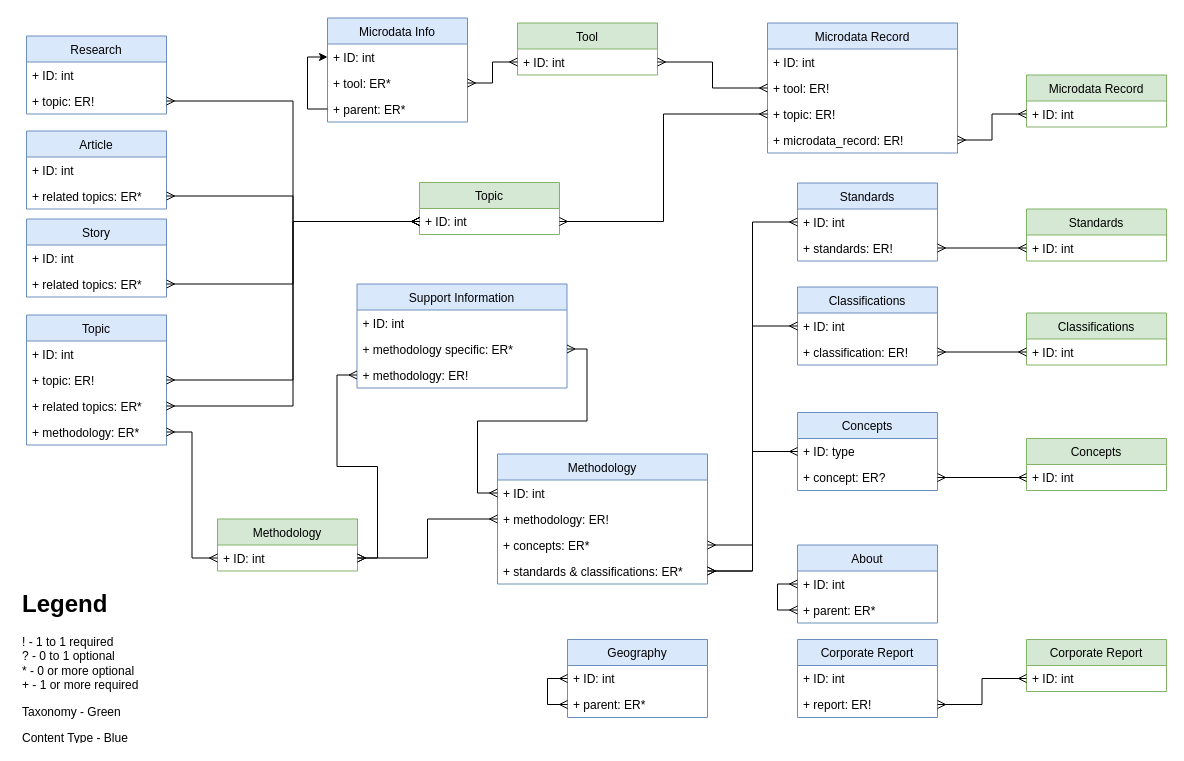
rhys-mcguckin/d8-features keeps this draw.io diagram as Untitled Diagram.drawio. Above is the earlier version. Source tidied: cells renumbered, new cells numbered last; positions are measured from the earlier drawing's top-left corner, leaving out a move shared by most shapes. Both pictures are drawn from the tidied source at 100%, with x=0, y=0 at pixel (17, 18).
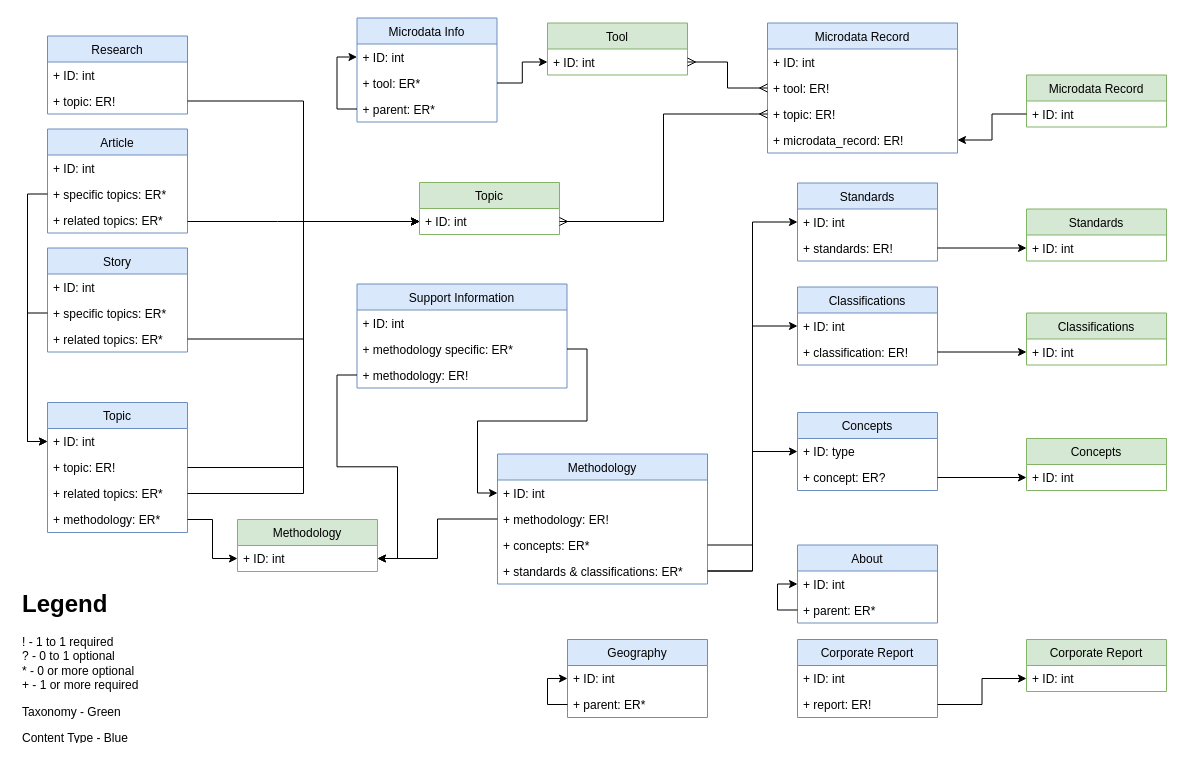
The same diagram, later.

Commit message:
Update the arrow directions

The change refers to these unchanged cells:
```xml
<mxCell id="3" value="+ ID: int" style="text;strokeColor=none;fillColor=none;align=left;verticalAlign=top;spacingLeft=4;spacingRight=4;overflow=hidden;points=[[0,0.5],[1,0.5]];portConstraint=eastwest;" parent="2" vertex="1">
<mxCell id="5" value="+ ID: int" style="text;strokeColor=none;fillColor=none;align=left;verticalAlign=top;spacingLeft=4;spacingRight=4;overflow=hidden;points=[[0,0.5],[1,0.5]];portConstraint=eastwest;" parent="4" vertex="1">
<mxCell id="7" value="+ ID: int" style="text;strokeColor=none;fillColor=none;align=left;verticalAlign=top;spacingLeft=4;spacingRight=4;overflow=hidden;points=[[0,0.5],[1,0.5]];portConstraint=eastwest;" parent="6" vertex="1">
<mxCell id="9" value="+ ID: int" style="text;strokeColor=none;fillColor=none;align=left;verticalAlign=top;spacingLeft=4;spacingRight=4;overflow=hidden;points=[[0,0.5],[1,0.5]];portConstraint=eastwest;" parent="8" vertex="1">
<mxCell id="11" value="+ ID: int" style="text;strokeColor=none;fillColor=none;align=left;verticalAlign=top;spacingLeft=4;spacingRight=4;overflow=hidden;points=[[0,0.5],[1,0.5]];portConstraint=eastwest;" parent="10" vertex="1">
<mxCell id="13" value="+ ID: int" style="text;strokeColor=none;fillColor=none;align=left;verticalAlign=top;spacingLeft=4;spacingRight=4;overflow=hidden;points=[[0,0.5],[1,0.5]];portConstraint=eastwest;" parent="12" vertex="1">
<mxCell id="14" value="+ topic: ER!" style="text;strokeColor=none;fillColor=none;align=left;verticalAlign=top;spacingLeft=4;spacingRight=4;overflow=hidden;points=[[0,0.5],[1,0.5]];portConstraint=eastwest;" parent="12" vertex="1">
<mxCell id="15" value="+ related topics: ER*" style="text;strokeColor=none;fillColor=none;align=left;verticalAlign=top;spacingLeft=4;spacingRight=4;overflow=hidden;points=[[0,0.5],[1,0.5]];portConstraint=eastwest;" parent="12" vertex="1">
<mxCell id="16" value="+ methodology: ER*" style="text;strokeColor=none;fillColor=none;align=left;verticalAlign=top;spacingLeft=4;spacingRight=4;overflow=hidden;points=[[0,0.5],[1,0.5]];portConstraint=eastwest;" parent="12" vertex="1">
<mxCell id="18" value="+ ID: int" style="text;strokeColor=none;fillColor=none;align=left;verticalAlign=top;spacingLeft=4;spacingRight=4;overflow=hidden;points=[[0,0.5],[1,0.5]];portConstraint=eastwest;" parent="17" vertex="1">
<mxCell id="19" value="+ methodology: ER!" style="text;strokeColor=none;fillColor=none;align=left;verticalAlign=top;spacingLeft=4;spacingRight=4;overflow=hidden;points=[[0,0.5],[1,0.5]];portConstraint=eastwest;" parent="17" vertex="1">
<mxCell id="20" value="+ concepts: ER*&#10;" style="text;strokeColor=none;fillColor=none;align=left;verticalAlign=top;spacingLeft=4;spacingRight=4;overflow=hidden;points=[[0,0.5],[1,0.5]];portConstraint=eastwest;" parent="17" vertex="1">
<mxCell id="21" value="+ standards &amp; classifications: ER*&#10;" style="text;strokeColor=none;fillColor=none;align=left;verticalAlign=top;spacingLeft=4;spacingRight=4;overflow=hidden;points=[[0,0.5],[1,0.5]];portConstraint=eastwest;" parent="17" vertex="1">
<mxCell id="23" value="+ ID: int" style="text;strokeColor=none;fillColor=none;align=left;verticalAlign=top;spacingLeft=4;spacingRight=4;overflow=hidden;points=[[0,0.5],[1,0.5]];portConstraint=eastwest;" parent="22" vertex="1">
<mxCell id="24" value="+ standards: ER!" style="text;strokeColor=none;fillColor=none;align=left;verticalAlign=top;spacingLeft=4;spacingRight=4;overflow=hidden;points=[[0,0.5],[1,0.5]];portConstraint=eastwest;" parent="22" vertex="1">
<mxCell id="26" value="+ ID: int" style="text;strokeColor=none;fillColor=none;align=left;verticalAlign=top;spacingLeft=4;spacingRight=4;overflow=hidden;points=[[0,0.5],[1,0.5]];portConstraint=eastwest;" parent="25" vertex="1">
<mxCell id="27" value="+ classification: ER!" style="text;strokeColor=none;fillColor=none;align=left;verticalAlign=top;spacingLeft=4;spacingRight=4;overflow=hidden;points=[[0,0.5],[1,0.5]];portConstraint=eastwest;" parent="25" vertex="1">
<mxCell id="29" value="+ ID: type" style="text;strokeColor=none;fillColor=none;align=left;verticalAlign=top;spacingLeft=4;spacingRight=4;overflow=hidden;points=[[0,0.5],[1,0.5]];portConstraint=eastwest;" parent="28" vertex="1">
<mxCell id="30" value="+ concept: ER?" style="text;strokeColor=none;fillColor=none;align=left;verticalAlign=top;spacingLeft=4;spacingRight=4;overflow=hidden;points=[[0,0.5],[1,0.5]];portConstraint=eastwest;" parent="28" vertex="1">
<mxCell id="45" value="+ methodology specific: ER*" style="text;strokeColor=none;fillColor=none;align=left;verticalAlign=top;spacingLeft=4;spacingRight=4;overflow=hidden;points=[[0,0.5],[1,0.5]];portConstraint=eastwest;" parent="43" vertex="1">
<mxCell id="46" value="+ methodology: ER!" style="text;strokeColor=none;fillColor=none;align=left;verticalAlign=top;spacingLeft=4;spacingRight=4;overflow=hidden;points=[[0,0.5],[1,0.5]];portConstraint=eastwest;" parent="43" vertex="1">
<mxCell id="51" value="+ topic: ER!" style="text;strokeColor=none;fillColor=none;align=left;verticalAlign=top;spacingLeft=4;spacingRight=4;overflow=hidden;points=[[0,0.5],[1,0.5]];portConstraint=eastwest;" parent="49" vertex="1">
<mxCell id="56" value="About" style="swimlane;fontStyle=0;horizontal=1;startSize=26;fillColor=#dae8fc;strokeColor=#6c8ebf;" parent="1" vertex="1">
<mxCell id="57" value="+ ID: int" style="text;strokeColor=none;fillColor=none;align=left;verticalAlign=top;spacingLeft=4;spacingRight=4;overflow=hidden;points=[[0,0.5],[1,0.5]];portConstraint=eastwest;" parent="56" vertex="1">
<mxCell id="59" value="+ parent: ER*" style="text;strokeColor=none;fillColor=none;align=left;verticalAlign=top;spacingLeft=4;spacingRight=4;overflow=hidden;points=[[0,0.5],[1,0.5]];portConstraint=eastwest;" parent="56" vertex="1">
<mxCell id="64" value="+ microdata_record: ER!" style="text;strokeColor=none;fillColor=none;align=left;verticalAlign=top;spacingLeft=4;spacingRight=4;overflow=hidden;points=[[0,0.5],[1,0.5]];portConstraint=eastwest;" parent="60" vertex="1">
<mxCell id="66" value="+ ID: int" style="text;strokeColor=none;fillColor=none;align=left;verticalAlign=top;spacingLeft=4;spacingRight=4;overflow=hidden;points=[[0,0.5],[1,0.5]];portConstraint=eastwest;" parent="65" vertex="1">
<mxCell id="70" value="+ tool: ER*" style="text;strokeColor=none;fillColor=none;align=left;verticalAlign=top;spacingLeft=4;spacingRight=4;overflow=hidden;points=[[0,0.5],[1,0.5]];portConstraint=eastwest;" parent="68" vertex="1">
<mxCell id="75" value="+ ID: int" style="text;strokeColor=none;fillColor=none;align=left;verticalAlign=top;spacingLeft=4;spacingRight=4;overflow=hidden;points=[[0,0.5],[1,0.5]];portConstraint=eastwest;" parent="74" vertex="1">
<mxCell id="84" value="+ report: ER!" style="text;strokeColor=none;fillColor=none;align=left;verticalAlign=top;spacingLeft=4;spacingRight=4;overflow=hidden;points=[[0,0.5],[1,0.5]];portConstraint=eastwest;" parent="82" vertex="1">
<mxCell id="86" value="+ ID: int" style="text;strokeColor=none;fillColor=none;align=left;verticalAlign=top;spacingLeft=4;spacingRight=4;overflow=hidden;points=[[0,0.5],[1,0.5]];portConstraint=eastwest;" parent="85" vertex="1">
<mxCell id="88" value="Geography" style="swimlane;fontStyle=0;horizontal=1;startSize=26;fillColor=#dae8fc;strokeColor=#6c8ebf;" parent="1" vertex="1">
<mxCell id="89" value="+ ID: int" style="text;strokeColor=none;fillColor=none;align=left;verticalAlign=top;spacingLeft=4;spacingRight=4;overflow=hidden;points=[[0,0.5],[1,0.5]];portConstraint=eastwest;" parent="88" vertex="1">
<mxCell id="91" value="+ parent: ER*" style="text;strokeColor=none;fillColor=none;align=left;verticalAlign=top;spacingLeft=4;spacingRight=4;overflow=hidden;points=[[0,0.5],[1,0.5]];portConstraint=eastwest;" parent="88" vertex="1">
```

The edit, as a diff of the source:
```diff
@@
     <mxCell id="4" value="Methodology" style="swimlane;fontStyle=0;horizontal=1;startSize=26;fillColor=#d5e8d4;strokeColor=#82b366;" parent="1" vertex="1">
-      <mxGeometry x="200" y="500.5" width="140" height="52" as="geometry" />
+      <mxGeometry x="220" y="501" width="140" height="52" as="geometry" />
     </mxCell>
@@
     <mxCell id="12" value="Topic" style="swimlane;fontStyle=0;horizontal=1;startSize=26;fillColor=#dae8fc;strokeColor=#6c8ebf;" parent="1" vertex="1">
-      <mxGeometry x="9" y="296.5" width="140" height="130" as="geometry" />
+      <mxGeometry x="30" y="384" width="140" height="130" as="geometry" />
     </mxCell>
@@
-    <mxCell id="31" style="edgeStyle=orthogonalEdgeStyle;rounded=0;jettySize=auto;html=1;entryX=1;entryY=0.5;entryDx=0;entryDy=0;startArrow=ERmany;startFill=0;endArrow=ERmany;endFill=0;" parent="1" edge="1" source="19" target="5">
+    <mxCell id="31" style="edgeStyle=orthogonalEdgeStyle;rounded=0;jettySize=auto;html=1;entryX=1;entryY=0.5;entryDx=0;entryDy=0;startArrow=none;startFill=0;endArrow=classic;endFill=1;" parent="1" edge="1" source="19" target="5">
       <mxGeometry relative="1" as="geometry" />
     </mxCell>
-    <mxCell id="32" style="edgeStyle=orthogonalEdgeStyle;rounded=0;jettySize=auto;html=1;startArrow=ERmany;startFill=0;endArrow=ERmany;endFill=0;" parent="1" edge="1" source="14" target="3">
-      <mxGeometry relative="1" as="geometry" />
-    </mxCell>
-    <mxCell id="33" style="edgeStyle=orthogonalEdgeStyle;rounded=0;jettySize=auto;html=1;startArrow=ERmany;startFill=0;endArrow=ERmany;endFill=0;" parent="1" edge="1" source="24" target="7">
+    <mxCell id="33" style="edgeStyle=orthogonalEdgeStyle;rounded=0;jettySize=auto;html=1;startArrow=none;startFill=0;endArrow=classic;endFill=1;" parent="1" edge="1" source="24" target="7">
       <mxGeometry relative="1" as="geometry" />
     </mxCell>
-    <mxCell id="34" style="edgeStyle=orthogonalEdgeStyle;rounded=0;jettySize=auto;html=1;startArrow=ERmany;startFill=0;endArrow=ERmany;endFill=0;" parent="1" edge="1" source="30" target="11">
+    <mxCell id="34" style="edgeStyle=orthogonalEdgeStyle;rounded=0;jettySize=auto;html=1;startArrow=none;startFill=0;endArrow=classic;endFill=1;" parent="1" edge="1" source="30" target="11">
       <mxGeometry relative="1" as="geometry" />
     </mxCell>
-    <mxCell id="35" style="edgeStyle=orthogonalEdgeStyle;rounded=0;jettySize=auto;html=1;entryX=0;entryY=0.5;entryDx=0;entryDy=0;startArrow=ERmany;startFill=0;endArrow=ERmany;endFill=0;" parent="1" edge="1" source="21" target="23">
+    <mxCell id="35" style="edgeStyle=orthogonalEdgeStyle;rounded=0;jettySize=auto;html=1;entryX=0;entryY=0.5;entryDx=0;entryDy=0;startArrow=none;startFill=0;endArrow=classic;endFill=1;" parent="1" edge="1" source="21" target="23">
       <mxGeometry relative="1" as="geometry" />
     </mxCell>
-    <mxCell id="36" style="edgeStyle=orthogonalEdgeStyle;rounded=0;jettySize=auto;html=1;startArrow=ERmany;startFill=0;endArrow=ERmany;endFill=0;" parent="1" edge="1" source="21" target="26">
+    <mxCell id="36" style="edgeStyle=orthogonalEdgeStyle;rounded=0;jettySize=auto;html=1;startArrow=none;startFill=0;endArrow=classic;endFill=1;" parent="1" edge="1" source="21" target="26">
       <mxGeometry relative="1" as="geometry" />
     </mxCell>
-    <mxCell id="37" style="edgeStyle=orthogonalEdgeStyle;rounded=0;jettySize=auto;html=1;startArrow=ERmany;startFill=0;endArrow=ERmany;endFill=0;" parent="1" edge="1" source="15" target="3">
-      <mxGeometry relative="1" as="geometry" />
-    </mxCell>
-    <mxCell id="38" style="edgeStyle=orthogonalEdgeStyle;rounded=0;jettySize=auto;html=1;startArrow=ERmany;startFill=0;endArrow=ERmany;endFill=0;" parent="1" edge="1" source="20" target="29">
+    <mxCell id="38" style="edgeStyle=orthogonalEdgeStyle;rounded=0;jettySize=auto;html=1;startArrow=none;startFill=0;endArrow=classic;endFill=1;" parent="1" edge="1" source="20" target="29">
       <mxGeometry relative="1" as="geometry" />
     </mxCell>
     <mxCell id="39" value="Story" style="swimlane;fontStyle=0;horizontal=1;startSize=26;fillColor=#dae8fc;strokeColor=#6c8ebf;" parent="1" vertex="1">
-      <mxGeometry x="9" y="200.5" width="140" height="78" as="geometry" />
+      <mxGeometry x="30" y="229.5" width="140" height="104" as="geometry" />
     </mxCell>
@@
+    <mxCell id="92" value="+ specific topics: ER*" style="text;strokeColor=none;fillColor=none;align=left;verticalAlign=top;spacingLeft=4;spacingRight=4;overflow=hidden;points=[[0,0.5],[1,0.5]];portConstraint=eastwest;" parent="39" vertex="1">
+      <mxGeometry y="52" width="140" height="26" as="geometry" />
+    </mxCell>
     <mxCell id="41" value="+ related topics: ER*" style="text;strokeColor=none;fillColor=none;align=left;verticalAlign=top;spacingLeft=4;spacingRight=4;overflow=hidden;points=[[0,0.5],[1,0.5]];portConstraint=eastwest;" parent="39" vertex="1">
-      <mxGeometry y="52" width="140" height="26" as="geometry" />
+      <mxGeometry y="78" width="140" height="26" as="geometry" />
     </mxCell>
-    <mxCell id="42" style="edgeStyle=orthogonalEdgeStyle;rounded=0;jettySize=auto;html=1;startArrow=ERmany;startFill=0;endArrow=ERmany;endFill=0;" parent="1" edge="1" source="3" target="41">
-      <mxGeometry relative="1" as="geometry" />
-    </mxCell>
@@
-    <mxCell id="47" style="edgeStyle=orthogonalEdgeStyle;rounded=0;jettySize=auto;html=1;startArrow=ERmany;startFill=0;endArrow=ERmany;endFill=0;" parent="1" edge="1" source="45" target="18">
+    <mxCell id="47" style="edgeStyle=orthogonalEdgeStyle;rounded=0;jettySize=auto;html=1;startArrow=none;startFill=0;endArrow=classic;endFill=1;" parent="1" edge="1" source="45" target="18">
       <mxGeometry relative="1" as="geometry" />
     </mxCell>
-    <mxCell id="48" style="edgeStyle=orthogonalEdgeStyle;rounded=0;jettySize=auto;html=1;startArrow=ERmany;startFill=0;endArrow=ERmany;endFill=0;" parent="1" edge="1" source="46" target="5">
+    <mxCell id="48" style="edgeStyle=orthogonalEdgeStyle;rounded=0;jettySize=auto;html=1;startArrow=none;startFill=0;endArrow=classic;endFill=1;" parent="1" edge="1" source="46" target="5">
       <mxGeometry relative="1" as="geometry" />
     </mxCell>
     <mxCell id="49" value="Research" style="swimlane;fontStyle=0;horizontal=1;startSize=26;fillColor=#dae8fc;strokeColor=#6c8ebf;" parent="1" vertex="1">
-      <mxGeometry x="9" y="17.5" width="140" height="78" as="geometry" />
+      <mxGeometry x="30" y="17.5" width="140" height="78" as="geometry" />
     </mxCell>
@@
-    <mxCell id="52" style="edgeStyle=orthogonalEdgeStyle;rounded=0;jettySize=auto;html=1;startArrow=ERmany;startFill=0;endArrow=ERmany;endFill=0;" parent="1" edge="1" source="51" target="3">
-      <mxGeometry relative="1" as="geometry" />
-    </mxCell>
-    <mxCell id="53" style="edgeStyle=orthogonalEdgeStyle;rounded=0;jettySize=auto;html=1;startArrow=ERmany;startFill=0;endArrow=ERmany;endFill=0;" parent="1" edge="1" source="16" target="5">
+    <mxCell id="53" style="edgeStyle=orthogonalEdgeStyle;rounded=0;jettySize=auto;html=1;startArrow=none;startFill=0;endArrow=classic;endFill=1;" parent="1" edge="1" source="16" target="5">
       <mxGeometry relative="1" as="geometry" />
     </mxCell>
-    <mxCell id="54" style="edgeStyle=orthogonalEdgeStyle;rounded=0;jettySize=auto;html=1;startArrow=ERmany;startFill=0;endArrow=ERmany;endFill=0;" parent="1" edge="1" source="27" target="9">
+    <mxCell id="54" style="edgeStyle=orthogonalEdgeStyle;rounded=0;jettySize=auto;html=1;startArrow=none;startFill=0;endArrow=classic;endFill=1;" parent="1" edge="1" source="27" target="9">
       <mxGeometry relative="1" as="geometry" />
     </mxCell>
@@
-    <mxCell id="58" style="edgeStyle=orthogonalEdgeStyle;rounded=0;jettySize=auto;html=1;entryX=0;entryY=0.5;entryDx=0;entryDy=0;startArrow=ERmany;startFill=0;endArrow=ERmany;endFill=0;" parent="56" edge="1" source="59" target="57">
+    <mxCell id="58" style="edgeStyle=orthogonalEdgeStyle;rounded=0;jettySize=auto;html=1;entryX=0;entryY=0.5;entryDx=0;entryDy=0;startArrow=none;startFill=0;endArrow=classic;endFill=1;" parent="56" edge="1" source="59" target="57">
       <mxGeometry relative="1" as="geometry" />
     </mxCell>
@@
     <mxCell id="68" value="Microdata Info" style="swimlane;fontStyle=0;horizontal=1;startSize=26;fillColor=#dae8fc;strokeColor=#6c8ebf;" parent="1" vertex="1">
-      <mxGeometry x="310" y="-0.5" width="140" height="104" as="geometry" />
+      <mxGeometry x="339.5" y="-0.5" width="140" height="104" as="geometry" />
     </mxCell>
@@
-    <mxCell id="73" style="edgeStyle=orthogonalEdgeStyle;rounded=0;jettySize=auto;html=1;startArrow=ERmany;startFill=0;endArrow=ERmany;endFill=0;" parent="1" edge="1" source="66" target="64">
+    <mxCell id="73" style="edgeStyle=orthogonalEdgeStyle;rounded=0;jettySize=auto;html=1;startArrow=none;startFill=0;endArrow=classic;endFill=1;" parent="1" edge="1" source="66" target="64">
       <mxGeometry relative="1" as="geometry" />
     </mxCell>
     <mxCell id="74" value="Tool" style="swimlane;fontStyle=0;horizontal=1;startSize=26;fillColor=#d5e8d4;strokeColor=#82b366;" parent="1" vertex="1">
-      <mxGeometry x="500" y="4.5" width="140" height="52" as="geometry" />
+      <mxGeometry x="530" y="4.5" width="140" height="52" as="geometry" />
     </mxCell>
@@
-    <mxCell id="77" style="edgeStyle=orthogonalEdgeStyle;rounded=0;jettySize=auto;html=1;startArrow=ERmany;startFill=0;endArrow=ERmany;endFill=0;" parent="1" edge="1" source="70" target="75">
+    <mxCell id="77" style="edgeStyle=orthogonalEdgeStyle;rounded=0;jettySize=auto;html=1;startArrow=none;startFill=0;endArrow=classic;endFill=1;" parent="1" edge="1" source="70" target="75">
       <mxGeometry relative="1" as="geometry" />
     </mxCell>
     <mxCell id="78" value="Article" style="swimlane;fontStyle=0;horizontal=1;startSize=26;fillColor=#dae8fc;strokeColor=#6c8ebf;" parent="1" vertex="1">
-      <mxGeometry x="9" y="112.5" width="140" height="78" as="geometry" />
+      <mxGeometry x="30" y="110.5" width="140" height="104" as="geometry" />
     </mxCell>
@@
+    <mxCell id="93" value="+ specific topics: ER*" style="text;strokeColor=none;fillColor=none;align=left;verticalAlign=top;spacingLeft=4;spacingRight=4;overflow=hidden;points=[[0,0.5],[1,0.5]];portConstraint=eastwest;" parent="78" vertex="1">
+      <mxGeometry y="52" width="140" height="26" as="geometry" />
+    </mxCell>
     <mxCell id="80" value="+ related topics: ER*" style="text;strokeColor=none;fillColor=none;align=left;verticalAlign=top;spacingLeft=4;spacingRight=4;overflow=hidden;points=[[0,0.5],[1,0.5]];portConstraint=eastwest;" parent="78" vertex="1">
-      <mxGeometry y="52" width="140" height="26" as="geometry" />
+      <mxGeometry y="78" width="140" height="26" as="geometry" />
     </mxCell>
-    <mxCell id="81" style="edgeStyle=orthogonalEdgeStyle;rounded=0;jettySize=auto;html=1;startArrow=ERmany;startFill=0;endArrow=ERmany;endFill=0;" parent="1" edge="1" source="80" target="3">
-      <mxGeometry relative="1" as="geometry" />
-    </mxCell>
@@
-    <mxCell id="87" style="edgeStyle=orthogonalEdgeStyle;rounded=0;jettySize=auto;html=1;startArrow=ERmany;startFill=0;endArrow=ERmany;endFill=0;" parent="1" edge="1" source="84" target="86">
+    <mxCell id="87" style="edgeStyle=orthogonalEdgeStyle;rounded=0;jettySize=auto;html=1;startArrow=none;startFill=0;endArrow=classic;endFill=1;" parent="1" edge="1" source="84" target="86">
       <mxGeometry relative="1" as="geometry" />
     </mxCell>
@@
-    <mxCell id="90" style="edgeStyle=orthogonalEdgeStyle;rounded=0;jettySize=auto;html=1;entryX=0;entryY=0.5;entryDx=0;entryDy=0;startArrow=ERmany;startFill=0;endArrow=ERmany;endFill=0;" parent="88" edge="1" source="91" target="89">
+    <mxCell id="90" style="edgeStyle=orthogonalEdgeStyle;rounded=0;jettySize=auto;html=1;entryX=0;entryY=0.5;entryDx=0;entryDy=0;startArrow=none;startFill=0;endArrow=classic;endFill=1;" parent="88" edge="1" source="91" target="89">
       <mxGeometry relative="1" as="geometry" />
     </mxCell>
@@
+    <mxCell id="94" style="edgeStyle=orthogonalEdgeStyle;rounded=0;jettySize=auto;html=1;entryX=0;entryY=0.5;entryDx=0;entryDy=0;" parent="1" edge="1" source="92" target="13">
+      <mxGeometry relative="1" as="geometry" />
+    </mxCell>
+    <mxCell id="95" style="edgeStyle=orthogonalEdgeStyle;rounded=0;jettySize=auto;html=1;entryX=0;entryY=0.5;entryDx=0;entryDy=0;" parent="1" edge="1" source="93" target="13">
+      <mxGeometry relative="1" as="geometry" />
+    </mxCell>
+    <mxCell id="81" style="edgeStyle=orthogonalEdgeStyle;rounded=0;jettySize=auto;html=1;" parent="1" edge="1" source="80" target="3">
+      <mxGeometry relative="1" as="geometry">
+        <Array as="points">
+          <mxPoint x="260" y="203" />
+          <mxPoint x="260" y="203" />
+        </Array>
+      </mxGeometry>
+    </mxCell>
+    <mxCell id="96" style="edgeStyle=orthogonalEdgeStyle;rounded=0;jettySize=auto;html=1;entryX=0;entryY=0.5;entryDx=0;entryDy=0;" parent="1" edge="1" source="41" target="3">
+      <mxGeometry relative="1" as="geometry" />
+    </mxCell>
+    <mxCell id="37" style="edgeStyle=orthogonalEdgeStyle;rounded=0;jettySize=auto;html=1;" parent="1" edge="1" source="15" target="3">
+      <mxGeometry relative="1" as="geometry" />
+    </mxCell>
+    <mxCell id="32" style="edgeStyle=orthogonalEdgeStyle;rounded=0;jettySize=auto;html=1;" parent="1" edge="1" source="14" target="3">
+      <mxGeometry relative="1" as="geometry" />
+    </mxCell>
+    <mxCell id="52" style="edgeStyle=orthogonalEdgeStyle;rounded=0;jettySize=auto;html=1;" parent="1" edge="1" source="51" target="3">
+      <mxGeometry relative="1" as="geometry" />
+    </mxCell>
```
